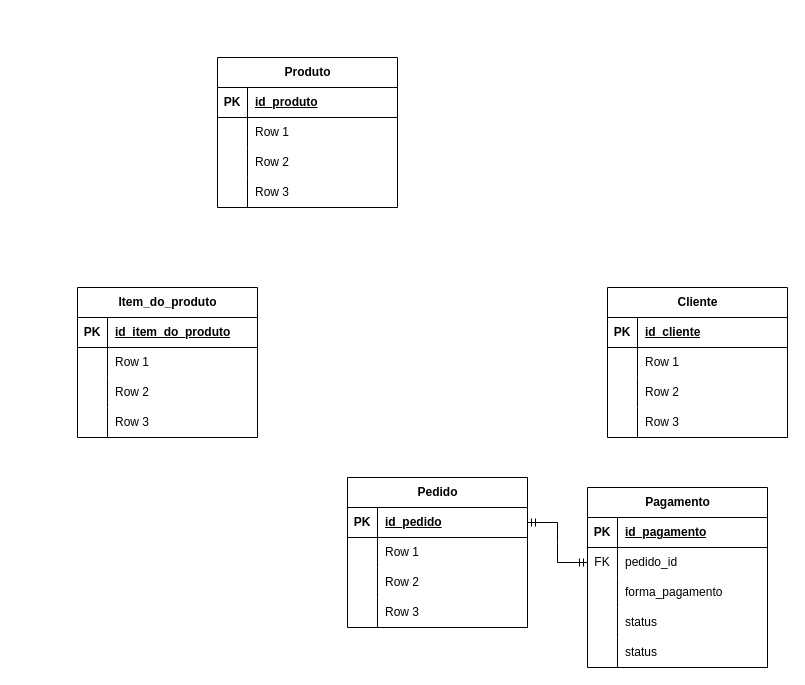
This is page "Lógico - ECommerce" (5 of 6) of Banco de Dados/Modelagem/ModelagemDoBanco.drawio from felipe4601/ProjetoECommerce, a draw.io file, before an edit. Source tidied: cells renumbered, new cells numbered last; positions are measured from the earlier drawing's top-left corner, leaving out a move shared by most shapes. Both pictures are drawn from the tidied source at 100%, with x=0, y=0 at pixel (77, 57).
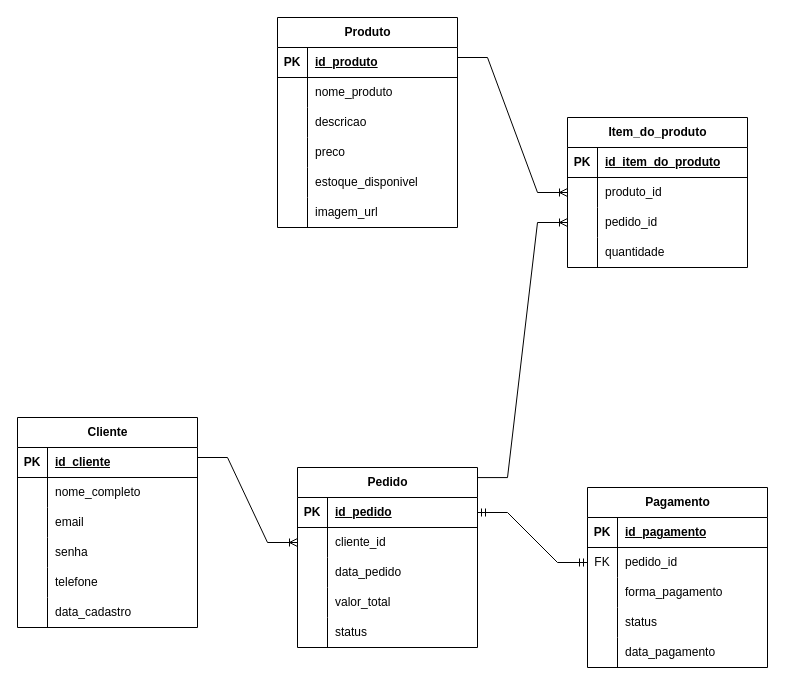
The same diagram, later.

The change refers to these unchanged cells:
```xml
<mxCell id="6" style="shape=tableRow;horizontal=0;startSize=0;swimlaneHead=0;swimlaneBody=0;fillColor=none;points=[[0,0.5],[1,0.5]];portConstraint=eastwest;top=0;left=0;right=0;bottom=0;" parent="2" vertex="1">
  <mxGeometry y="60" width="180" height="30" as="geometry" />
</mxCell>
<mxCell id="9" style="shape=tableRow;horizontal=0;startSize=0;swimlaneHead=0;swimlaneBody=0;fillColor=none;top=0;left=0;right=0;bottom=0;" parent="2" vertex="1">
  <mxGeometry y="90" width="180" height="30" as="geometry" />
</mxCell>
<mxCell id="12" style="shape=tableRow;horizontal=0;startSize=0;swimlaneHead=0;swimlaneBody=0;fillColor=none;top=0;left=0;right=0;bottom=0;" parent="2" vertex="1">
  <mxGeometry y="120" width="180" height="30" as="geometry" />
</mxCell>
<mxCell id="19" style="shape=tableRow;horizontal=0;startSize=0;swimlaneHead=0;swimlaneBody=0;fillColor=none;top=0;left=0;right=0;bottom=0;" parent="15" vertex="1">
  <mxGeometry y="60" width="180" height="30" as="geometry" />
</mxCell>
<mxCell id="22" style="shape=tableRow;horizontal=0;startSize=0;swimlaneHead=0;swimlaneBody=0;fillColor=none;top=0;left=0;right=0;bottom=0;" parent="15" vertex="1">
  <mxGeometry y="90" width="180" height="30" as="geometry" />
</mxCell>
<mxCell id="25" style="shape=tableRow;horizontal=0;startSize=0;swimlaneHead=0;swimlaneBody=0;fillColor=none;top=0;left=0;right=0;bottom=0;" parent="15" vertex="1">
  <mxGeometry y="120" width="180" height="30" as="geometry" />
</mxCell>
<mxCell id="32" style="shape=tableRow;horizontal=0;startSize=0;swimlaneHead=0;swimlaneBody=0;fillColor=none;points=[[0,0.5],[1,0.5]];portConstraint=eastwest;top=0;left=0;right=0;bottom=0;" parent="28" vertex="1">
  <mxGeometry y="60" width="180" height="30" as="geometry" />
</mxCell>
<mxCell id="35" style="shape=tableRow;horizontal=0;startSize=0;swimlaneHead=0;swimlaneBody=0;fillColor=none;points=[[0,0.5],[1,0.5]];portConstraint=eastwest;top=0;left=0;right=0;bottom=0;" parent="28" vertex="1">
  <mxGeometry y="90" width="180" height="30" as="geometry" />
</mxCell>
<mxCell id="38" style="shape=tableRow;horizontal=0;startSize=0;swimlaneHead=0;swimlaneBody=0;fillColor=none;top=0;left=0;right=0;bottom=0;" parent="28" vertex="1">
  <mxGeometry y="120" width="180" height="30" as="geometry" />
</mxCell>
<mxCell id="54" style="shape=tableRow;horizontal=0;startSize=0;swimlaneHead=0;swimlaneBody=0;fillColor=none;top=0;left=0;right=0;bottom=0;" parent="41" vertex="1">
  <mxGeometry y="150" width="180" height="30" as="geometry" />
</mxCell>
<mxCell id="61" style="shape=tableRow;horizontal=0;startSize=0;swimlaneHead=0;swimlaneBody=0;fillColor=none;top=0;left=0;right=0;bottom=0;" parent="57" vertex="1">
  <mxGeometry y="60" width="180" height="30" as="geometry" />
</mxCell>
<mxCell id="64" style="shape=tableRow;horizontal=0;startSize=0;swimlaneHead=0;swimlaneBody=0;fillColor=none;top=0;left=0;right=0;bottom=0;" parent="57" vertex="1">
  <mxGeometry y="90" width="180" height="30" as="geometry" />
</mxCell>
<mxCell id="67" style="shape=tableRow;horizontal=0;startSize=0;swimlaneHead=0;swimlaneBody=0;fillColor=none;top=0;left=0;right=0;bottom=0;" parent="57" vertex="1">
  <mxGeometry y="120" width="180" height="30" as="geometry" />
</mxCell>
```

The edit, as a diff of the source:
```diff
@@
     <mxCell id="2" value="Pedido" style="shape=table;startSize=30;childLayout=tableLayout;rowLines=0;fontStyle=1;align=center;html=1;" parent="1" vertex="1">
-      <mxGeometry x="270" y="420" width="180" height="150" as="geometry" />
+      <mxGeometry x="220" y="410" width="180" height="180" as="geometry" />
     </mxCell>
@@
-    <mxCell id="8" value="Row 1" style="shape=partialRectangle;fillColor=none;top=0;left=0;bottom=0;right=0;align=left;spacingLeft=6;overflow=hidden;whiteSpace=wrap;html=1;" parent="6" vertex="1">
+    <mxCell id="8" value="cliente_id" style="shape=partialRectangle;fillColor=none;top=0;left=0;bottom=0;right=0;align=left;spacingLeft=6;overflow=hidden;whiteSpace=wrap;html=1;" parent="6" vertex="1">
       <mxGeometry x="30" width="150" height="30" as="geometry" />
     </mxCell>
@@
-    <mxCell id="11" value="Row 2" style="shape=partialRectangle;fillColor=none;top=0;left=0;bottom=0;right=0;align=left;spacingLeft=6;overflow=hidden;whiteSpace=wrap;html=1;" parent="9" vertex="1">
+    <mxCell id="11" value="data_pedido" style="shape=partialRectangle;fillColor=none;top=0;left=0;bottom=0;right=0;align=left;spacingLeft=6;overflow=hidden;whiteSpace=wrap;html=1;" parent="9" vertex="1">
       <mxGeometry x="30" width="150" height="30" as="geometry" />
     </mxCell>
@@
-    <mxCell id="14" value="Row 3" style="shape=partialRectangle;fillColor=none;top=0;left=0;bottom=0;right=0;align=left;spacingLeft=6;overflow=hidden;whiteSpace=wrap;html=1;" parent="12" vertex="1">
+    <mxCell id="14" value="valor_total" style="shape=partialRectangle;fillColor=none;top=0;left=0;bottom=0;right=0;align=left;spacingLeft=6;overflow=hidden;whiteSpace=wrap;html=1;" parent="12" vertex="1">
       <mxGeometry x="30" width="150" height="30" as="geometry" />
     </mxCell>
+    <mxCell id="71" style="shape=tableRow;horizontal=0;startSize=0;swimlaneHead=0;swimlaneBody=0;fillColor=none;top=0;left=0;right=0;bottom=0;" parent="2" vertex="1">
+      <mxGeometry y="150" width="180" height="30" as="geometry" />
+    </mxCell>
+    <mxCell id="72" style="shape=partialRectangle;fillColor=none;top=0;left=0;bottom=0;right=0;overflow=hidden;whiteSpace=wrap;html=1;" parent="71" vertex="1">
+      <mxGeometry width="30" height="30" as="geometry" />
+    </mxCell>
+    <mxCell id="73" value="status" style="shape=partialRectangle;fillColor=none;top=0;left=0;bottom=0;right=0;align=left;spacingLeft=6;overflow=hidden;whiteSpace=wrap;html=1;" parent="71" vertex="1">
+      <mxGeometry x="30" width="150" height="30" as="geometry" />
+    </mxCell>
     <mxCell id="15" value="Produto" style="shape=table;startSize=30;childLayout=tableLayout;rowLines=0;fontStyle=1;align=center;html=1;" parent="1" vertex="1">
-      <mxGeometry x="140" width="180" height="150" as="geometry" />
+      <mxGeometry x="200" y="-40" width="180" height="210" as="geometry" />
     </mxCell>
@@
-    <mxCell id="21" value="Row 1" style="shape=partialRectangle;fillColor=none;top=0;left=0;bottom=0;right=0;align=left;spacingLeft=6;overflow=hidden;whiteSpace=wrap;html=1;" parent="19" vertex="1">
+    <mxCell id="21" value="nome_produto" style="shape=partialRectangle;fillColor=none;top=0;left=0;bottom=0;right=0;align=left;spacingLeft=6;overflow=hidden;whiteSpace=wrap;html=1;" parent="19" vertex="1">
       <mxGeometry x="30" width="150" height="30" as="geometry" />
     </mxCell>
@@
-    <mxCell id="24" value="Row 2" style="shape=partialRectangle;fillColor=none;top=0;left=0;bottom=0;right=0;align=left;spacingLeft=6;overflow=hidden;whiteSpace=wrap;html=1;" parent="22" vertex="1">
+    <mxCell id="24" value="descricao" style="shape=partialRectangle;fillColor=none;top=0;left=0;bottom=0;right=0;align=left;spacingLeft=6;overflow=hidden;whiteSpace=wrap;html=1;" parent="22" vertex="1">
       <mxGeometry x="30" width="150" height="30" as="geometry" />
     </mxCell>
@@
-    <mxCell id="27" value="Row 3" style="shape=partialRectangle;fillColor=none;top=0;left=0;bottom=0;right=0;align=left;spacingLeft=6;overflow=hidden;whiteSpace=wrap;html=1;" parent="25" vertex="1">
+    <mxCell id="27" value="preco" style="shape=partialRectangle;fillColor=none;top=0;left=0;bottom=0;right=0;align=left;spacingLeft=6;overflow=hidden;whiteSpace=wrap;html=1;" parent="25" vertex="1">
       <mxGeometry x="30" width="150" height="30" as="geometry" />
     </mxCell>
+    <mxCell id="74" style="shape=tableRow;horizontal=0;startSize=0;swimlaneHead=0;swimlaneBody=0;fillColor=none;top=0;left=0;right=0;bottom=0;" parent="15" vertex="1">
+      <mxGeometry y="150" width="180" height="30" as="geometry" />
+    </mxCell>
+    <mxCell id="75" style="shape=partialRectangle;fillColor=none;top=0;left=0;bottom=0;right=0;overflow=hidden;whiteSpace=wrap;html=1;" parent="74" vertex="1">
+      <mxGeometry width="30" height="30" as="geometry" />
+    </mxCell>
+    <mxCell id="76" value="estoque_disponivel" style="shape=partialRectangle;fillColor=none;top=0;left=0;bottom=0;right=0;align=left;spacingLeft=6;overflow=hidden;whiteSpace=wrap;html=1;" parent="74" vertex="1">
+      <mxGeometry x="30" width="150" height="30" as="geometry" />
+    </mxCell>
+    <mxCell id="77" style="shape=tableRow;horizontal=0;startSize=0;swimlaneHead=0;swimlaneBody=0;fillColor=none;top=0;left=0;right=0;bottom=0;" parent="15" vertex="1">
+      <mxGeometry y="180" width="180" height="30" as="geometry" />
+    </mxCell>
+    <mxCell id="78" style="shape=partialRectangle;fillColor=none;top=0;left=0;bottom=0;right=0;overflow=hidden;whiteSpace=wrap;html=1;" parent="77" vertex="1">
+      <mxGeometry width="30" height="30" as="geometry" />
+    </mxCell>
+    <mxCell id="79" value="imagem_url" style="shape=partialRectangle;fillColor=none;top=0;left=0;bottom=0;right=0;align=left;spacingLeft=6;overflow=hidden;whiteSpace=wrap;html=1;" parent="77" vertex="1">
+      <mxGeometry x="30" width="150" height="30" as="geometry" />
+    </mxCell>
     <mxCell id="28" value="Item_do_produto" style="shape=table;startSize=30;childLayout=tableLayout;rowLines=0;fontStyle=1;align=center;html=1;" parent="1" vertex="1">
-      <mxGeometry y="230" width="180" height="150" as="geometry" />
+      <mxGeometry x="490" y="60" width="180" height="150" as="geometry" />
     </mxCell>
@@
-    <mxCell id="34" value="Row 1" style="shape=partialRectangle;fillColor=none;top=0;left=0;bottom=0;right=0;align=left;spacingLeft=6;overflow=hidden;whiteSpace=wrap;html=1;" parent="32" vertex="1">
+    <mxCell id="34" value="produto_id" style="shape=partialRectangle;fillColor=none;top=0;left=0;bottom=0;right=0;align=left;spacingLeft=6;overflow=hidden;whiteSpace=wrap;html=1;" parent="32" vertex="1">
       <mxGeometry x="30" width="150" height="30" as="geometry" />
     </mxCell>
@@
-    <mxCell id="37" value="Row 2" style="shape=partialRectangle;fillColor=none;top=0;left=0;bottom=0;right=0;align=left;spacingLeft=6;overflow=hidden;whiteSpace=wrap;html=1;" parent="35" vertex="1">
+    <mxCell id="37" value="pedido_id" style="shape=partialRectangle;fillColor=none;top=0;left=0;bottom=0;right=0;align=left;spacingLeft=6;overflow=hidden;whiteSpace=wrap;html=1;" parent="35" vertex="1">
       <mxGeometry x="30" width="150" height="30" as="geometry" />
     </mxCell>
@@
-    <mxCell id="40" value="Row 3" style="shape=partialRectangle;fillColor=none;top=0;left=0;bottom=0;right=0;align=left;spacingLeft=6;overflow=hidden;whiteSpace=wrap;html=1;" parent="38" vertex="1">
+    <mxCell id="40" value="quantidade" style="shape=partialRectangle;fillColor=none;top=0;left=0;bottom=0;right=0;align=left;spacingLeft=6;overflow=hidden;whiteSpace=wrap;html=1;" parent="38" vertex="1">
       <mxGeometry x="30" width="150" height="30" as="geometry" />
     </mxCell>
@@
-    <mxCell id="56" value="status" style="shape=partialRectangle;fillColor=none;top=0;left=0;bottom=0;right=0;align=left;spacingLeft=6;overflow=hidden;whiteSpace=wrap;html=1;" parent="54" vertex="1">
+    <mxCell id="56" value="data_pagamento" style="shape=partialRectangle;fillColor=none;top=0;left=0;bottom=0;right=0;align=left;spacingLeft=6;overflow=hidden;whiteSpace=wrap;html=1;" parent="54" vertex="1">
       <mxGeometry x="30" width="150" height="30" as="geometry" />
     </mxCell>
     <mxCell id="57" value="Cliente" style="shape=table;startSize=30;childLayout=tableLayout;rowLines=0;fontStyle=1;align=center;html=1;" parent="1" vertex="1">
-      <mxGeometry x="530" y="230" width="180" height="150" as="geometry" />
+      <mxGeometry x="-60" y="360" width="180" height="210" as="geometry" />
     </mxCell>
@@
-    <mxCell id="63" value="Row 1" style="shape=partialRectangle;fillColor=none;top=0;left=0;bottom=0;right=0;align=left;spacingLeft=6;overflow=hidden;whiteSpace=wrap;html=1;" parent="61" vertex="1">
+    <mxCell id="63" value="nome_completo" style="shape=partialRectangle;fillColor=none;top=0;left=0;bottom=0;right=0;align=left;spacingLeft=6;overflow=hidden;whiteSpace=wrap;html=1;" parent="61" vertex="1">
       <mxGeometry x="30" width="150" height="30" as="geometry" />
     </mxCell>
@@
-    <mxCell id="66" value="Row 2" style="shape=partialRectangle;fillColor=none;top=0;left=0;bottom=0;right=0;align=left;spacingLeft=6;overflow=hidden;whiteSpace=wrap;html=1;" parent="64" vertex="1">
+    <mxCell id="66" value="email" style="shape=partialRectangle;fillColor=none;top=0;left=0;bottom=0;right=0;align=left;spacingLeft=6;overflow=hidden;whiteSpace=wrap;html=1;" parent="64" vertex="1">
       <mxGeometry x="30" width="150" height="30" as="geometry" />
     </mxCell>
@@
-    <mxCell id="69" value="Row 3" style="shape=partialRectangle;fillColor=none;top=0;left=0;bottom=0;right=0;align=left;spacingLeft=6;overflow=hidden;whiteSpace=wrap;html=1;" parent="67" vertex="1">
+    <mxCell id="69" value="senha" style="shape=partialRectangle;fillColor=none;top=0;left=0;bottom=0;right=0;align=left;spacingLeft=6;overflow=hidden;whiteSpace=wrap;html=1;" parent="67" vertex="1">
       <mxGeometry x="30" width="150" height="30" as="geometry" />
     </mxCell>
+    <mxCell id="80" style="shape=tableRow;horizontal=0;startSize=0;swimlaneHead=0;swimlaneBody=0;fillColor=none;top=0;left=0;right=0;bottom=0;" parent="57" vertex="1">
+      <mxGeometry y="150" width="180" height="30" as="geometry" />
+    </mxCell>
+    <mxCell id="81" style="shape=partialRectangle;fillColor=none;top=0;left=0;bottom=0;right=0;overflow=hidden;whiteSpace=wrap;html=1;" parent="80" vertex="1">
+      <mxGeometry width="30" height="30" as="geometry" />
+    </mxCell>
+    <mxCell id="82" value="telefone" style="shape=partialRectangle;fillColor=none;top=0;left=0;bottom=0;right=0;align=left;spacingLeft=6;overflow=hidden;whiteSpace=wrap;html=1;" parent="80" vertex="1">
+      <mxGeometry x="30" width="150" height="30" as="geometry" />
+    </mxCell>
+    <mxCell id="83" style="shape=tableRow;horizontal=0;startSize=0;swimlaneHead=0;swimlaneBody=0;fillColor=none;top=0;left=0;right=0;bottom=0;" parent="57" vertex="1">
+      <mxGeometry y="180" width="180" height="30" as="geometry" />
+    </mxCell>
+    <mxCell id="84" style="shape=partialRectangle;fillColor=none;top=0;left=0;bottom=0;right=0;overflow=hidden;whiteSpace=wrap;html=1;" parent="83" vertex="1">
+      <mxGeometry width="30" height="30" as="geometry" />
+    </mxCell>
+    <mxCell id="85" value="data_cadastro" style="shape=partialRectangle;fillColor=none;top=0;left=0;bottom=0;right=0;align=left;spacingLeft=6;overflow=hidden;whiteSpace=wrap;html=1;" parent="83" vertex="1">
+      <mxGeometry x="30" width="150" height="30" as="geometry" />
+    </mxCell>
@@
+    <mxCell id="86" style="edgeStyle=entityRelationEdgeStyle;fontSize=12;html=1;endArrow=ERoneToMany;rounded=0;entryX=0;entryY=0.5;entryDx=0;entryDy=0;" parent="1" edge="1" target="6">
+      <mxGeometry relative="1" as="geometry">
+        <mxPoint x="120" y="400" as="sourcePoint" />
+      </mxGeometry>
+    </mxCell>
+    <mxCell id="87" style="edgeStyle=entityRelationEdgeStyle;fontSize=12;html=1;endArrow=ERoneToMany;rounded=0;entryX=0;entryY=0.5;entryDx=0;entryDy=0;exitX=1;exitY=0.056;exitDx=0;exitDy=0;exitPerimeter=0;" parent="1" edge="1" source="2" target="35">
+      <mxGeometry relative="1" as="geometry" />
+    </mxCell>
+    <mxCell id="88" style="edgeStyle=entityRelationEdgeStyle;fontSize=12;html=1;endArrow=ERoneToMany;rounded=0;entryX=0;entryY=0.5;entryDx=0;entryDy=0;" parent="1" edge="1" target="32">
+      <mxGeometry relative="1" as="geometry">
+        <mxPoint x="380" as="sourcePoint" />
+      </mxGeometry>
+    </mxCell>
```
